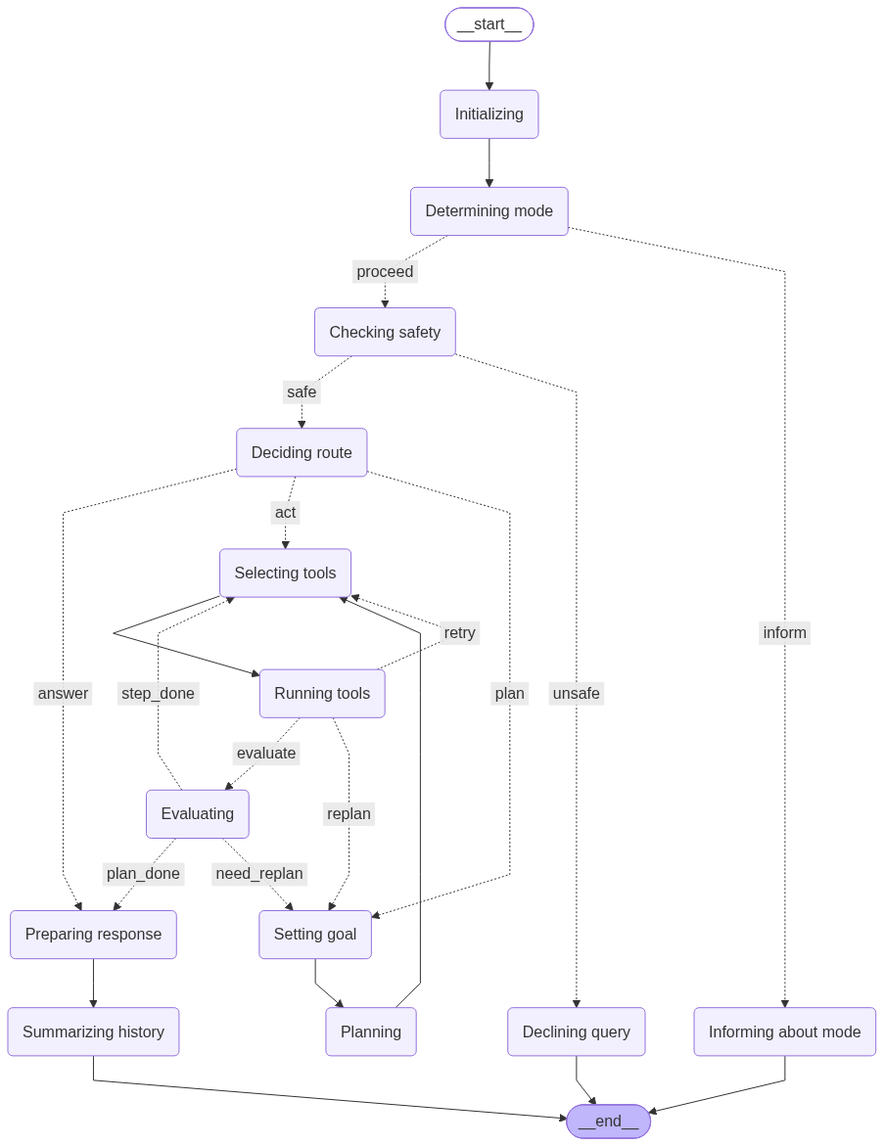
NeuroML/klea keeps this Mermaid diagram as agent_pkg/example-configs/klea-agent-lang-graph.png. Above is the earlier version. Its source is kept beside it as agent_pkg/example-configs/klea-agent-lang-graph.mmd.
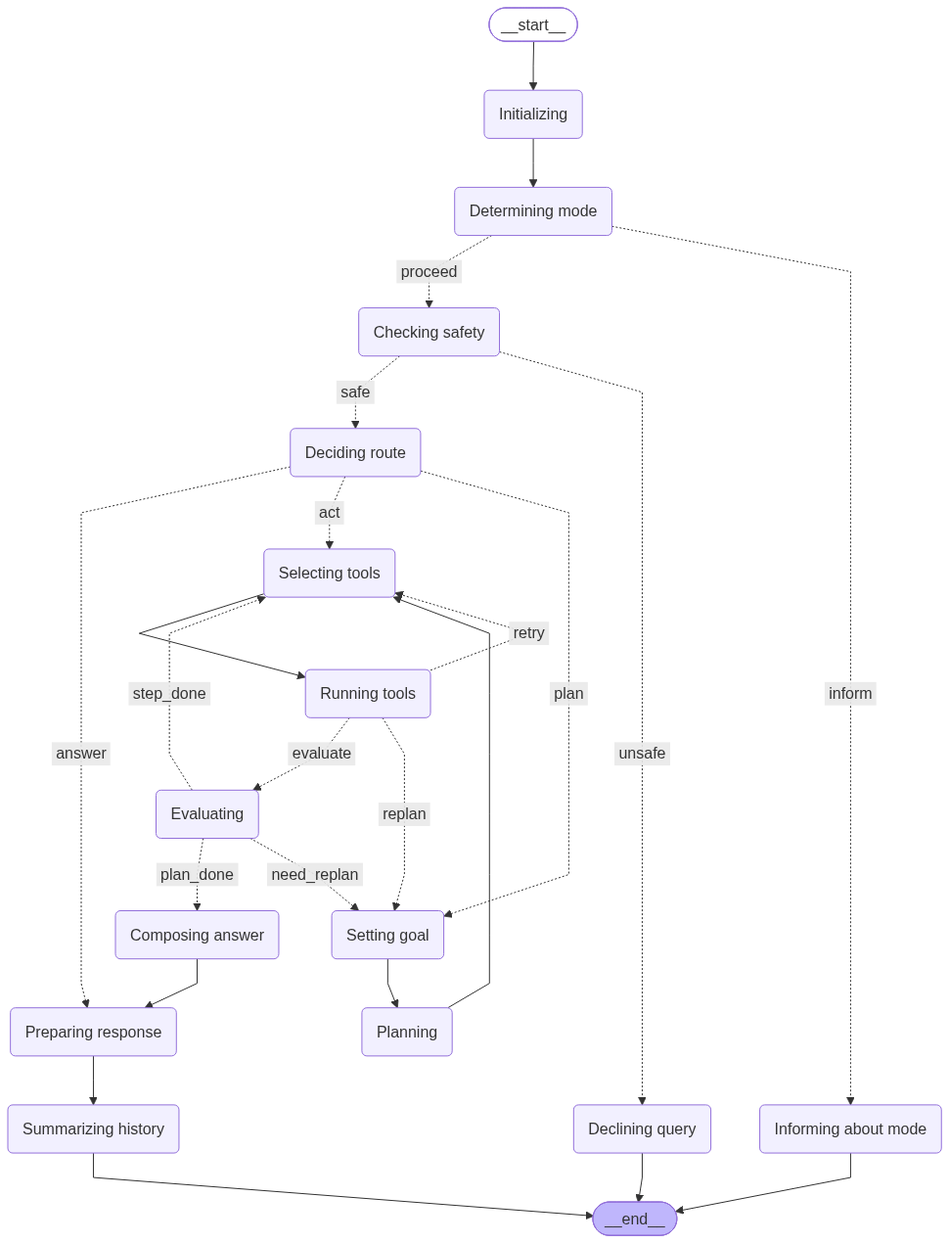
After the commit.

Change to the diagram source:
```diff
@@ -16,17 +16,19 @@
 	Selecting\20tools(Selecting tools)
 	Running\20tools(Running tools)
 	Evaluating(Evaluating)
+	Composing\20answer(Composing answer)
 	Preparing\20response(Preparing response)
 	Summarizing\20history(Summarizing history)
 	__end__([<p>__end__</p>]):::last
 	Checking\20safety -. &nbsp;safe&nbsp; .-> Deciding\20route;
 	Checking\20safety -. &nbsp;unsafe&nbsp; .-> Declining\20query;
+	Composing\20answer --> Preparing\20response;
 	Deciding\20route -. &nbsp;answer&nbsp; .-> Preparing\20response;
 	Deciding\20route -. &nbsp;act&nbsp; .-> Selecting\20tools;
 	Deciding\20route -. &nbsp;plan&nbsp; .-> Setting\20goal;
 	Determining\20mode -. &nbsp;proceed&nbsp; .-> Checking\20safety;
 	Determining\20mode -. &nbsp;inform&nbsp; .-> Informing\20about\20mode;
-	Evaluating -. &nbsp;plan_done&nbsp; .-> Preparing\20response;
+	Evaluating -. &nbsp;plan_done&nbsp; .-> Composing\20answer;
 	Evaluating -. &nbsp;step_done&nbsp; .-> Selecting\20tools;
 	Evaluating -. &nbsp;need_replan&nbsp; .-> Setting\20goal;
 	Initializing --> Determining\20mode;
```
